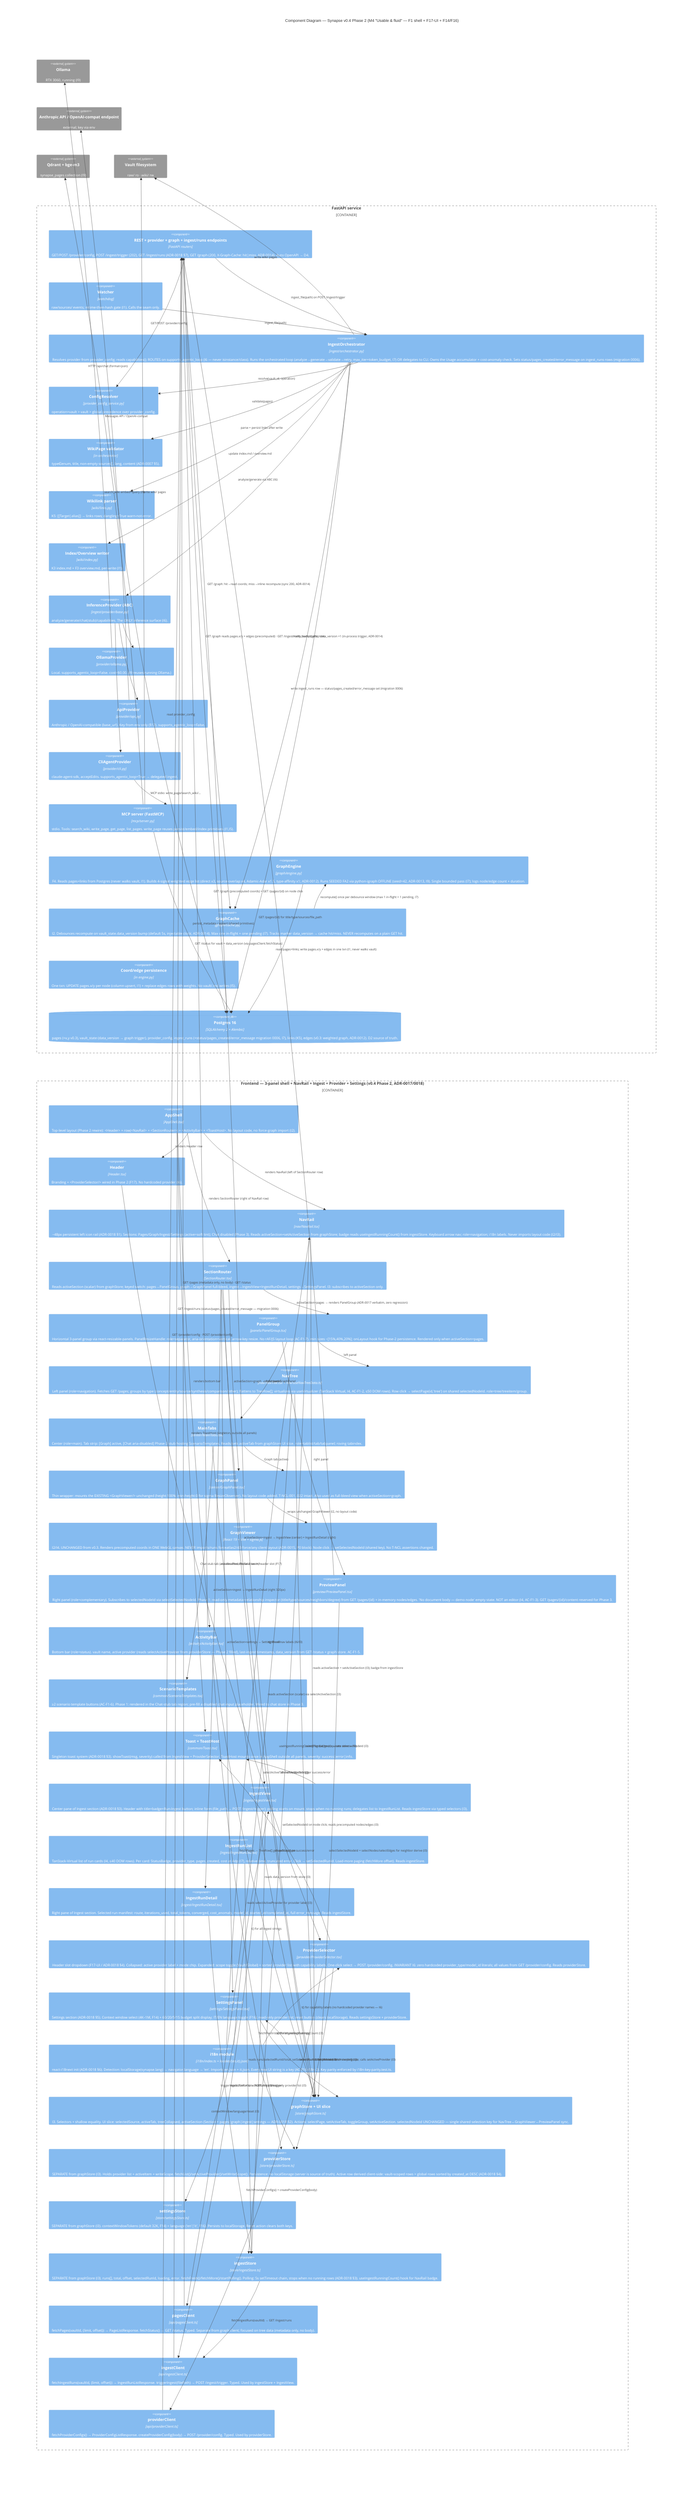
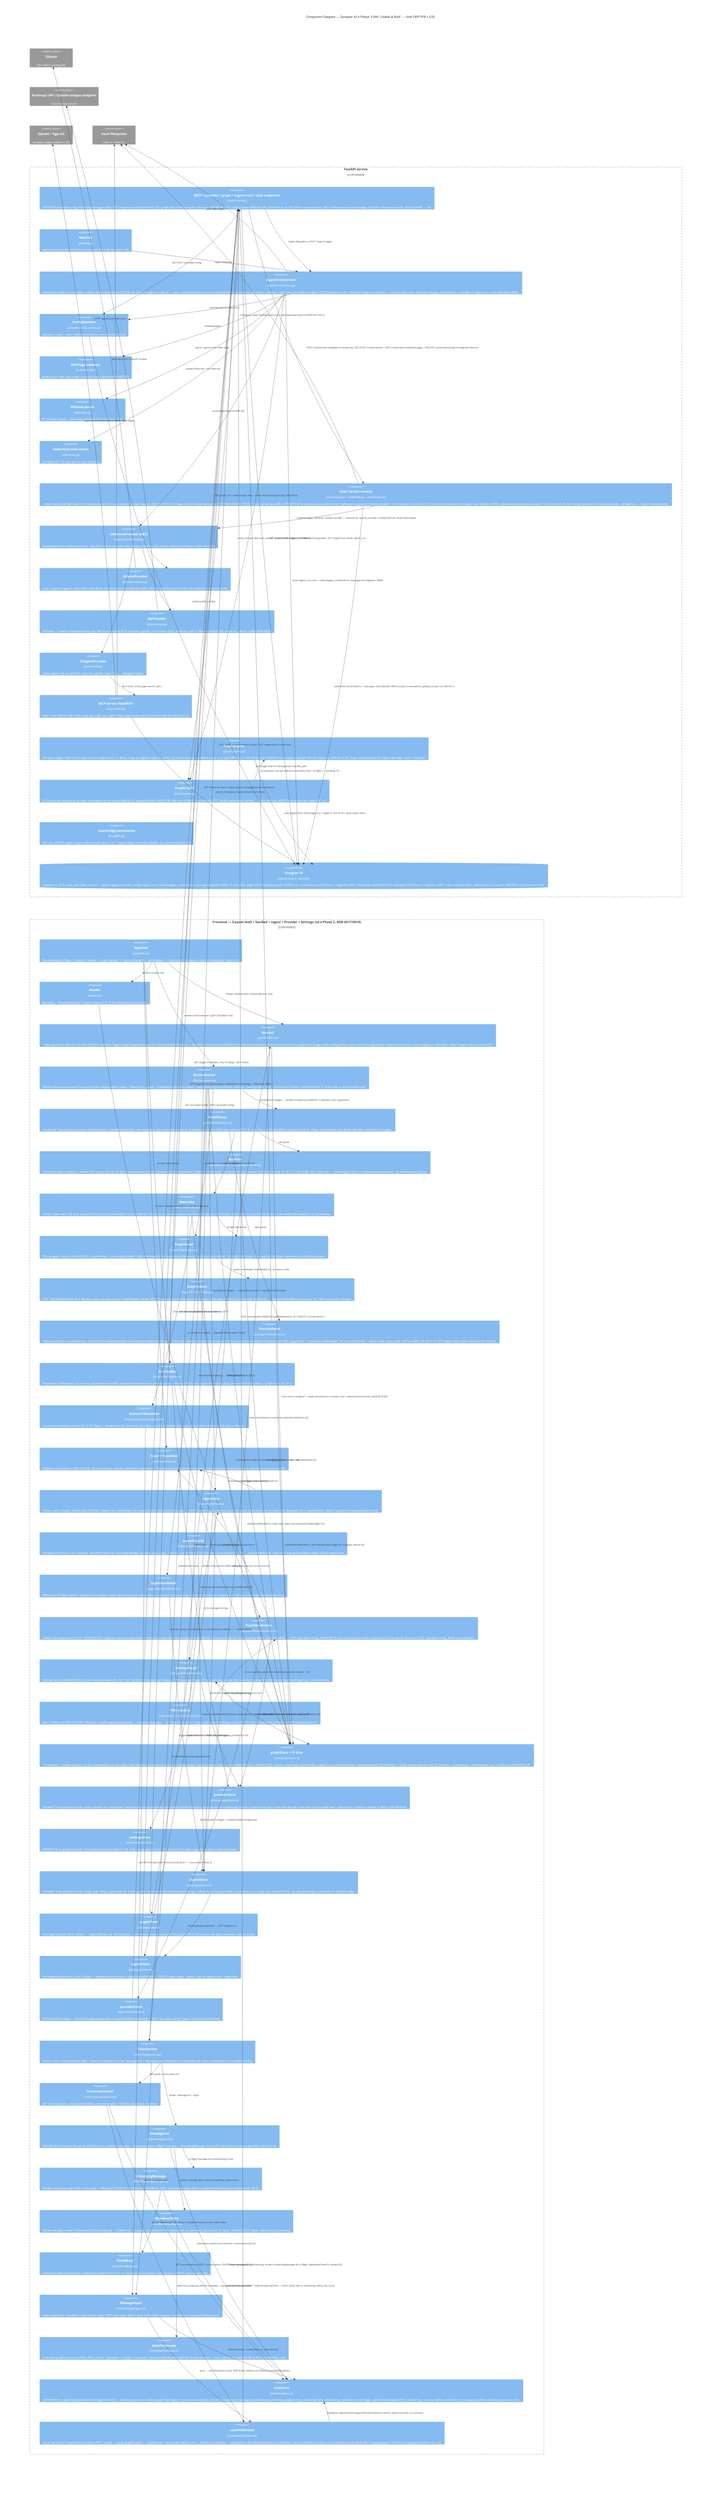
C4Component
-     %% <!-- Generated: v0.4 sprint 4 | 2026-06-28 -->
+     %% <!-- Generated: v0.4 sprint 4 Phase 3 | 2026-06-28 -->
    %% v0.3: F4 graph engine + I2 cache + GET /graph + thin sigma viewer (ADR-0013/14/15/16).
    %% v0.4 Phase 1: F1 three-panel shell (ADR-0017). AppShell wraps all panels; GraphPanel
    %% wraps the UNCHANGED GraphViewer (T-NCL-001..022 intact, I2); NavTree + PreviewPanel
    %% share the single selectedNodeId key via graphStore UI slice (I3); all long lists
    %% virtualized (TanStack Virtual, I4); no client-side layout code added (I2).
    %% v0.4 Phase 2 (ADR-0018): NavRail top-level mode switcher + SectionRouter; IngestView
    %% + IngestRunList + IngestRunDetail (GET /ingest/runs + POST /ingest/trigger);
    %% ProviderSelector (F17-UI); SettingsPanel (F14+F16); Toast; i18n module;
    %% providerStore + settingsStore + ingestStore (separate from graphStore — I3).
    %% Backend: migration 0006 adds status/pages_created/error_message to ingest_runs.
-     title Component Diagram — Synapse v0.4 Phase 2 (M4 "Usable & fluid" — F1 shell + F17-UI + F14/F16)
+     %% v0.4 Phase 3 (ADR-0019): Chat section enabled. Backend: chat/ module (context.py +
+     %% think.py + stream.py); POST /chat/stream (NDJSON StreamingResponse); GET|POST
+     %% /conversations + GET /conversations/{id}/messages + DELETE /conversations/{id};
+     %% Alembic 0007 adds conversations+messages tables (I7 per-message cost cols). OllamaProvider
+     %% and ApiProvider chat() bodies implemented (OllamaProvider is the live dev path).
+     %% CliAgentProvider.chat() remains NotImplementedError (documented, not faked — ADR-0019 §5).
+     %% Frontend: ChatSection (SectionRouter activeSection=chat), ConversationList, MessageList
+     %% (TanStack Virtual ≤30 DOM I4), StreamingMessage (raw pre-wrap NO parser I3),
+     %% MarkdownView (parse-once on done — I3/G3), ThinkBlock (collapsed F7), MessageInput
+     %% (plain textarea I4), latexToUnicode (F8), chatStore (SEPARATE from graphStore — I3),
+     %% useChatStream hook (fetch POST /chat/stream NDJSON ReadableStream). NavRail chat item
+     %% ENABLED; Section type gains "chat"; graphStore.activeSection can now = "chat".
+     title Component Diagram — Synapse v0.4 Phase 3 (M4 "Usable & fluid" — chat F6/F7/F8 + G3)

    Container_Boundary(api, "FastAPI service") {
-         Component(rest, "REST + provider + graph + ingest/runs endpoints", "FastAPI routers", "GET/POST /provider/config, POST /ingest/trigger (202), GET /ingest/runs (ADR-0018 §7), GET /graph (200, X-Graph-Cache: hit|miss, ADR-0014). Auto OpenAPI → D4.")
+         Component(rest, "REST + provider + graph + ingest/runs + chat endpoints", "FastAPI routers", "GET/POST /provider/config, POST /ingest/trigger (202), GET /ingest/runs (ADR-0018 §7), GET /graph (200, X-Graph-Cache: hit|miss, ADR-0014), POST /chat/stream (NDJSON 200, ADR-0019 §2.2), GET|POST /conversations, GET /conversations/{id}/messages, DELETE /conversations/{id}. Auto OpenAPI → D4.")
        Component(watcher, "Watcher", "watchdog", "raw/sources/ events; mtime-then-hash gate (I1). Calls the seam only.")
        Component(orch, "IngestOrchestrator", "ingest/orchestrator.py", "Resolves provider from provider_config; reads capabilities(); ROUTES on supports_agentic_loop (I6 — never isinstance/class). Runs the orchestrated loop (analyze→generate→validate→retry, max_iter+token_budget, I7) OR delegates to CLI. Owns the Usage accumulator + cost-anomaly check. Sets status/pages_created/error_message on ingest_runs rows (migration 0006).")
        Component(resolver, "ConfigResolver", "provider_config_service.py", "operation+vault > vault > global precedence over provider_config.")
        Component(validator, "WikiPage validator", "in orchestrator", "type∈enum, title, non-empty sources[], lang, content (ADR-0007 §5).")
        Component(k5, "Wikilink parser", "wiki/links.py", "K5: [[Target|alias]] → links rows; dangling=True warn-not-error.")
        Component(k3, "Index/Overview writer", "wiki/index.py", "K3 index.md + F3 overview.md, per-write (I1).")
-         Component(prov, "InferenceProvider (ABC)", "ingest/provider/base.py", "analyze/generate/chat(stub)/capabilities. The ONLY inference surface (I6).")
-         Component(ollama, "OllamaProvider", "provider/ollama.py", "Local. supports_agentic_loop=False. cost=$0.00. (I9 reuses running Ollama.)")
-         Component(apip, "ApiProvider", "provider/api.py", "Anthropic / OpenAI-compatible (base_url). Key from env only (§12). supports_agentic_loop=False.")
+         Component(chatmod, "chat/ service module", "chat/context.py + chat/think.py + chat/stream.py", "context.py: builds light system context (purpose.md + overview.md, budget-capped, ADR-0019 §2.3). think.py: 2-state streaming scanner (OUTSIDE/INSIDE_THINK, 7-char partial-tag buffer, ADR-0019 §2.4). stream.py: bounded StreamingResponse generator (token_budget + 60s timeout, cost per-turn I7); writes conversations+messages rows (Alembic 0007); regenerate=delete-last-assistant + re-stream (AC-F6-4). Provider resolved via resolve_provider_config('chat') — never hardcoded (I6).")
+         Component(prov, "InferenceProvider (ABC)", "ingest/provider/base.py", "analyze/generate/chat()/capabilities. The ONLY inference surface (I6). chat() stubbed in v0.2; bodies filled in v0.4 Phase 3 (ADR-0019 §5).")
+         Component(ollama, "OllamaProvider", "provider/ollama.py", "Local. supports_agentic_loop=False. cost=$0.00. (I9 reuses running Ollama.) chat(): streams /api/chat stream=true; dev default path (qwen2.5:3b).")
+         Component(apip, "ApiProvider", "provider/api.py", "Anthropic / OpenAI-compatible (base_url). Key from env only (§12). supports_agentic_loop=False. chat(): Anthropic SSE or OpenAI-compat SSE; usage via _record_usage (ADR-0009).")
        Component(clip, "CliAgentProvider", "provider/cli.py", "claude-agent-sdk, acceptEdits. supports_agentic_loop=True → delegated ingest.")
        Component(mcp, "MCP server (FastMCP)", "mcp/server.py", "stdio. Tools: search_wiki, write_page, get_page, list_pages. write_page reuses persist/embed/index primitives (I1,I5).")
        Component(gengine, "GraphEngine", "graph/engine.py", "F4. Reads pages+links from Postgres (never walks vault, I1). Builds 4-signal weighted edge list (direct x3, source-overlap x4, Adamic-Adar x1.5, type-affinity x1; ADR-0012). Runs SEEDED FA2 via python-igraph OFFLINE (seed=42, ADR-0013, I9). Single bounded pass (I7); logs node/edge count + duration.")
        Component(gcache, "GraphCache", "graph/cache.py", "I2. Debounces recompute on vault_state.data_version bump (default 5s, injectable clock; ADR-0014). Max one in-flight + one pending (I7). Tracks marker data_version → cache hit/miss. NEVER recomputes on a plain GET hit.")
        Component(gpersist, "Coord/edge persistence", "in engine.py", "One txn: UPDATE pages.x/y per node (column upsert, I1) + replace edges rows with weights. No vault/.md writes (I5).")
-         ComponentDb(pg, "Postgres 16", "SQLAlchemy 2 + Alembic", "pages (+x,y v0.3), vault_state (data_version → graph trigger), provider_config, ingest_runs (+status/pages_created/error_message migration 0006, I7), links (K5), edges (v0.3: weighted graph, ADR-0012). D2 source of truth.")
+         ComponentDb(pg, "Postgres 16", "SQLAlchemy 2 + Alembic", "pages (+x,y v0.3), vault_state (data_version → graph trigger), provider_config, ingest_runs (+status/pages_created/error_message migration 0006, I7), links (K5), edges (v0.3: weighted graph, ADR-0012), conversations (v0.4 Phase 3, migration 0007, soft-delete, ADR-0019 §2.5), messages (v0.4 Phase 3, migration 0007, input_tokens/output_tokens/total_cost_usd I7, ADR-0019). D2 source of truth.")
    }

    Container_Boundary(fe, "Frontend — 3-panel shell + NavRail + Ingest + Provider + Settings (v0.4 Phase 2, ADR-0017/0018)") {
        Component(appshell, "AppShell", "AppShell.tsx", "Top-level layout (Phase 2 rewire): <Header> + row(<NavRail> + <SectionRouter>) + <ActivityBar> + <ToastHost>. No layout code, no force-graph import (I2).")
        Component(header, "Header", "Header.tsx", "Branding + <ProviderSelector/> wired in Phase 2 (F17). No hardcoded provider (I6).")
-         Component(navrail, "NavRail", "nav/NavRail.tsx", "~48px persistent left icon rail (ADR-0018 §1). Sections: Pages/Graph/Ingest/Settings (active=soft tint); Chat disabled (Phase 3). Reads activeSection+setActiveSection from graphStore; badge reads useIngestRunningCount() from ingestStore. Keyboard arrow nav; role=navigation; i18n labels. Never imports layout code (I2/I3).")
-         Component(sectionrouter, "SectionRouter", "SectionRouter.tsx", "Reads activeSection (scalar) from graphStore; keyed switch: pages→PanelGroup, graph→GraphPanel full-bleed, ingest→IngestView+IngestRunDetail, settings→SettingsPanel. I3: subscribes to activeSection only.")
+         Component(navrail, "NavRail", "nav/NavRail.tsx", "~48px persistent left icon rail (ADR-0018 §1). Sections: Pages/Graph/Ingest/Settings/Chat (Chat ENABLED Phase 3 — disabled: true removed, ADR-0019 §3). Reads activeSection+setActiveSection from graphStore; badge reads useIngestRunningCount() from ingestStore. Keyboard arrow nav; role=navigation; i18n labels. Never imports layout code (I2/I3).")
+         Component(sectionrouter, "SectionRouter", "SectionRouter.tsx", "Reads activeSection (scalar) from graphStore; keyed switch: pages→PanelGroup, graph→GraphPanel full-bleed, ingest→IngestView+IngestRunDetail, settings→SettingsPanel, chat→ChatSection (Phase 3, ADR-0019 §3). I3: subscribes to activeSection only.")
        Component(panelgroup, "PanelGroup", "panels/PanelGroup.tsx", "Horizontal 3-panel group via react-resizable-panels. PanelResizeHandle: role=separator, aria-orientation=vertical, arrow-key resize. No rAF/JS layout loop (AC-F1-7). min sizes ~[15%,40%,20%]; onLayout hook for Phase-2 persistence. Rendered only when activeSection=pages.")
        Component(navtree, "NavTree", "nav/NavTree.tsx + nav/useNavTreeData.ts", "Left panel (role=navigation). Fetches GET /pages; groups by type (concept/entity/source/synthesis/comparison/other); flattens to TreeRow[]; virtualizes via useVirtualizer (TanStack Virtual, I4, AC-F1-2, ≤50 DOM rows). Row click → selectPage(id,'tree') on shared selectedNodeId. role=tree/treeitem/group.")
-         Component(maintabs, "MainTabs", "center/MainTabs.tsx", "Center (role=main). Tab strip: [Graph] active, [Chat aria-disabled] Phase-3 stub hosting ScenarioTemplates. Reads/sets activeTab from graphStore UI slice. role=tablist/tab/tabpanel; roving tabindex.")
+         Component(maintabs, "MainTabs", "center/MainTabs.tsx", "Center (role=main). Tab strip: [Graph] active, [Chat] now enabled via SectionRouter (Phase 3). ScenarioTemplates pre-fills MessageInput. Reads/sets activeTab from graphStore UI slice. role=tablist/tab/tabpanel; roving tabindex.")
        Component(graphpanel, "GraphPanel", "center/GraphPanel.tsx", "Thin wrapper: mounts the EXISTING <GraphViewer/> unchanged (height:100%; min-height:0 for sigma ResizeObserver). No layout code added. T-NCL-001..022 intact. Also used as full-bleed view when activeSection=graph.")
        Component(viewer, "GraphViewer", "React 19 + Vite + sigma.js", "I2/I4. UNCHANGED from v0.3. Renders precomputed coords in ONE WebGL canvas. NEVER imports/runs forceatlas2/d3-force/any client layout (ADR-0015, P0 block). Node click → setSelectedNodeId (shared key). No T-NCL assertions changed.")
        Component(previewpanel, "PreviewPanel", "preview/PreviewPanel.tsx", "Right panel (role=complementary). Subscribes to selectedNodeId via selectSelectedNodeId. Phase 1: read-only metadata+relationship inspector (title/type/sources/neighbors/degree) from GET /pages/{id} + in-memory nodes/edges. 'No document body — demo node' empty state. NOT an editor (I4, AC-F1-3). GET /pages/{id}/content reserved for Phase 3.")
        Component(activitybar, "ActivityBar", "activity/ActivityBar.tsx", "Bottom bar (role=status). vault name, active provider (reads selectActiveProvider from providerStore — Phase 2 filled), last-ingest timestamp, data_version from GET /status + graph store. AC-F1-5.")
        Component(scenariotemplates, "ScenarioTemplates", "common/ScenarioTemplates.tsx", "≥2 scenario template buttons (AC-F1-6). Phase 1: rendered in the Chat-stub tab region; pre-fill a disabled chat-input placeholder. Wired to chat store in Phase 3.")
        Component(toast, "Toast + ToastHost", "common/Toast.tsx", "Singleton toast system (ADR-0018 §3). showToast(msg, severity) called from IngestView + ProviderSelector. ToastHost mounts once in AppShell outside all panels. severity: success|error|info.")
        Component(ingestview, "IngestView", "ingest/IngestView.tsx", "Center pane of Ingest section (ADR-0018 §3). Header with title+badge+Run-Ingest button; inline form (file_path → POST /ingest/trigger); polling starts on mount, stops when no running runs; delegates list to IngestRunList. Reads ingestStore via typed selectors (I3).")
        Component(ingestrunlist, "IngestRunList", "ingest/IngestRunList.tsx", "TanStack-Virtual list of run cards (I4, ≤40 DOM rows). Per card: StatusBadge, provider_type, pages_created, cost at 4dp (I7), relative time, truncated error. Click → setSelectedRunId. Load-more paging (fetchMore offset). Reads ingestStore.")
        Component(ingestrundetail, "IngestRunDetail", "ingest/IngestRunDetail.tsx", "Right pane of Ingest section. Selected run manifest: route, iterations_used, total_tokens, converged, cost_anomaly, model_id, started_at/completed_at, full error_message. Reads ingestStore.")
        Component(providerselector, "ProviderSelector", "provider/ProviderSelector.tsx", "Header slot dropdown (F17-UI / ADR-0018 §4). Collapsed: active provider label + mode chip. Expanded: scope toggle (Vault/Global) + sorted provider list with capability labels. One-click select → POST /provider/config. INVARIANT I6: zero hardcoded provider_type/model_id literals; all values from GET /provider/config. Reads providerStore.")
        Component(settingspanel, "SettingsPanel", "settings/SettingsPanel.tsx", "Settings section (ADR-0018 §5). Context window select (4K–1M, F14) + 60/20/5/15 budget split display; IT/EN language toggle (F16); read-only provider list; reset button (clears localStorage). Reads settingsStore + providerStore.")
        Component(i18nmod, "i18n module", "i18n/index.ts + locales/{en,it}.json", "react-i18next init (ADR-0018 §6). Detection: localStorage(synapse.lang) → navigator.language → 'en'. Imports en.json + it.json. Every new UI string is a key (AC-F16-i18n-2). Key parity enforced by i18n-key-parity.test.ts.")
-         Component(gstore, "graphStore + UI slice", "store/graphStore.ts", "I3. Selectors + shallow equality. UI slice: selectedSource, activeTab, treeCollapsed, activeSection (Section = pages|graph|ingest|settings — ADR-0018 §2). Actions: selectPage, setActiveTab, toggleGroup, setActiveSection. selectedNodeId UNCHANGED — single shared selection key for NavTree↔GraphViewer↔PreviewPanel sync.")
+         Component(gstore, "graphStore + UI slice", "store/graphStore.ts", "I3. Selectors + shallow equality. UI slice: selectedSource, activeTab, treeCollapsed, activeSection (Section = pages|graph|ingest|settings|chat — 'chat' added Phase 3, ADR-0019 §3). Actions: selectPage, setActiveTab, toggleGroup, setActiveSection. selectedNodeId UNCHANGED — single shared selection key for NavTree↔GraphViewer↔PreviewPanel sync. chatStore is SEPARATE (I3).")
        Component(providerstore, "providerStore", "store/providerStore.ts", "SEPARATE from graphStore (I3). Holds provider list + activeItem + writeScope. fetchList()/setActiveProvider()/setWriteScope(). Persistence: no localStorage (server is source of truth). Active row derived client-side: vault-scoped rows > global rows sorted by created_at DESC (ADR-0018 §4).")
        Component(settingsstore, "settingsStore", "store/settingsStore.ts", "SEPARATE from graphStore (I3). contextWindowTokens (default 32K, F14) + language ('en'|'it', F16). Persists to localStorage. Reset action clears both keys.")
        Component(ingeststore, "ingestStore", "store/ingestStore.ts", "SEPARATE from graphStore (I3). runs[], total, offset, selectedRunId, loading, error. fetchFresh()/fetchMore()/startPolling(). Polling: 5s setTimeout chain, stops when no running rows (ADR-0018 §3). useIngestRunningCount() hook for NavRail badge.")
        Component(pagesclient, "pagesClient", "api/pagesClient.ts", "fetchPages(vaultId, {limit, offset}) → PageListResponse. fetchStatus() → GET /status. Typed. Separate from graph client; focused on tree data (metadata only, no body).")
        Component(ingestclient, "ingestClient", "api/ingestClient.ts", "fetchIngestRuns(vaultId, {limit, offset}) → IngestRunListResponse. triggerIngest(filePath) → POST /ingest/trigger. Typed. Used by ingestStore + IngestView.")
        Component(providerclient, "providerClient", "api/providerClient.ts", "fetchProviderConfigs() → ProviderConfigListResponse. createProviderConfig(body) → POST /provider/config. Typed. Used by providerStore.")
+ 
+         %% v0.4 Phase 3 — F6/F7/F8 chat components (ADR-0019)
+         Component(chatsection, "ChatSection", "chat/ChatSection.tsx", "Section root: ConversationList (left) + active conversation (center: MessageList + MessageInput). Rendered by SectionRouter when activeSection=chat (ADR-0019 §3).")
+         Component(convlist, "ConversationList", "chat/ConversationList.tsx", "GET /conversations; create/switch/delete; virtualized when >50 items (I4). Reads chatStore.")
+         Component(msglist, "MessageList", "chat/MessageList.tsx", "VIRTUALIZED (TanStack Virtual, I4 ≤30 DOM rows). Settled messages → MarkdownView; in-flight message → StreamingMessage. Does NOT subscribe to streamingContent (I3/AC-G3-4).")
+         Component(streamingmsg, "StreamingMessage", "chat/StreamingMessage.tsx", "Renders raw streaming buffer in pre-wrap — NO parser (I3/AC-G3-1). Hosts live ThinkBlock. ONLY component subscribed to streamingContent/streamingThink (AC-G3-4).")
+         Component(markdownview, "MarkdownView", "chat/MarkdownView.tsx", "Settled-message render: marked(latexToUnicode(raw)) → DOMPurify → dangerouslySetInnerHTML. Memoized on raw string (parse-once on done, I3/G3/AC-G3-2). Never called during streaming.")
+         Component(thinkblock, "ThinkBlock", "chat/ThinkBlock.tsx", "Collapsible Reasoning section, collapsed by default (F7/AC-F7-1). Closed when first token event arrives (</think> seen server-side).")
+         Component(msginput, "MessageInput", "chat/MessageInput.tsx", "Plain textarea (I4: CodeMirror reserved for editor, NOT chat input). Enter=send, Shift+Enter=newline. Pre-fillable by ScenarioTemplates (F1).")
+         Component(latex, "latexToUnicode", "chat/latexToUnicode.ts", "Pure lookup-table converter (F8/AC-F8-2): Greek + operators + arrows + sub/super. Unconvertible/display math left as fenced code — never silently dropped (AC-F8-3). No KaTeX/MathJax dep.")
+         Component(chatstore, "chatStore", "store/chatStore.ts", "SEPARATE from graphStore/providerStore/ingestStore (I3 — streaming never re-renders graph/tree/ingest). Holds conversations[], activeConversationId, messages[], streamingContent (raw append-only), streamingThink, isStreaming, streamError, lastUsage. appendToken/appendThink do leaf set; on done: buffer committed to messages[], buffers cleared, parse-once fires.")
+         Component(chatclient, "useChatStream", "chat/useChatStream.ts", "Hook: fetch POST /chat/stream {method:'POST', body} → res.body.getReader() → TextDecoder + line-buffer splits on \\n → JSON.parse each line → dispatches token/think/done/error to chatStore. AbortController cancels on unmount/new-send. Reads GET /conversations + DELETE /conversations/{id} for list ops.")
    }

    System_Ext(ollamasvc, "Ollama", "RTX 3060, running (I9)")
    System_Ext(anthropic, "Anthropic API / OpenAI-compat endpoint", "external; key via env")
    System_Ext(qdrant, "Qdrant + bge-m3", "synapse_pages collection (I9)")
    System_Ext(vaultfs, "Vault filesystem", "raw/ ro · wiki/ rw")

    Rel(watcher, orch, "ingest_file(path)")
    Rel(rest, orch, "ingest_file(path) on POST /ingest/trigger")
    Rel(rest, resolver, "GET/POST /provider/config")
    Rel(orch, resolver, "resolve(vault_id, operation)")
    Rel(resolver, pg, "read provider_config")
    Rel(orch, prov, "analyze/generate via ABC (I6)")
    Rel(orch, validator, "validate(pages)")
    Rel(orch, k5, "parse + persist links after write")
    Rel(orch, k3, "update index.md / overview.md")
    Rel(orch, pg, "write ingest_runs row — status/pages_created/error_message set (migration 0006)")
    Rel(prov, ollama, "")
    Rel(prov, apip, "")
    Rel(prov, clip, "")
    Rel(ollama, ollamasvc, "HTTP /api/chat (format=json)")
    Rel(apip, anthropic, "Messages API / OpenAI-compat")
    Rel(clip, mcp, "MCP stdio: write_page/search_wiki/...")
    Rel(mcp, pg, "persist_metadata / upsert (shared primitives)")
    Rel(mcp, qdrant, "search_wiki embed+query (I9)")
    Rel(orch, vaultfs, "write wiki/ pages")
    Rel(mcp, vaultfs, "write wiki/ pages")

    %% v0.3 F4 graph relations
    Rel(orch, gcache, "notify_bump() after data_version +1 (in-process trigger, ADR-0014)")
    Rel(gcache, gengine, "recompute() once per debounce window (max 1 in-flight + 1 pending, I7)")
    Rel(gengine, pg, "read pages+links; write pages.x/y + edges in one txn (I1, never walks vault)")
    Rel(rest, gcache, "GET /graph: hit→read coords; miss→inline recompute (sync 200, ADR-0014)")
    Rel(rest, pg, "GET /graph reads pages.x/y + edges (precomputed) · GET /ingest/runs reads ingest_runs")
    Rel(viewer, rest, "GET /graph (precomputed coords) + GET /pages/{id} on node click")
    Rel(viewer, gstore, "setSelectedNodeId on node click; reads precomputed nodes/edges (I3)")

    %% v0.4 Phase 1 — F1 shell relations (ADR-0017)
    Rel(appshell, header, "renders Header row")
    Rel(appshell, navrail, "renders NavRail (left of SectionRouter row)")
    Rel(appshell, sectionrouter, "renders SectionRouter (right of NavRail row)")
    Rel(appshell, activitybar, "renders bottom bar")
    Rel(appshell, toast, "renders ToastHost (singleton, outside all panels)")
    Rel(sectionrouter, panelgroup, "activeSection=pages → renders PanelGroup (ADR-0017 verbatim, zero regression)")
    Rel(sectionrouter, graphpanel, "activeSection=graph → full-bleed GraphPanel")
    Rel(sectionrouter, ingestview, "activeSection=ingest → IngestView (center) + IngestRunDetail (right)")
    Rel(sectionrouter, ingestrundetail, "activeSection=ingest → IngestRunDetail (right 320px)")
    Rel(sectionrouter, settingspanel, "activeSection=settings → SettingsPanel")
    Rel(sectionrouter, gstore, "reads activeSection (scalar) via selectActiveSection (I3)")
    Rel(panelgroup, navtree, "left panel")
    Rel(panelgroup, maintabs, "center panel")
    Rel(panelgroup, previewpanel, "right panel")
    Rel(maintabs, graphpanel, "Graph tab (active)")
    Rel(maintabs, scenariotemplates, "Chat stub tab (aria-disabled, Phase-3 seam)")
    Rel(graphpanel, viewer, "wraps unchanged GraphViewer (I2, no layout code)")
    Rel(navtree, pagesclient, "fetchPages → TreeRow[] grouped by type")
    Rel(pagesclient, rest, "GET /pages (metadata only, no body) · GET /status")
    Rel(navtree, gstore, "selectPage(id,'tree') → sets selectedNodeId (I3)")
    Rel(previewpanel, gstore, "selectSelectedNodeId + selectNodes/selectEdges for neighbor derive (I3)")
    Rel(previewpanel, rest, "GET /pages/{id} for title/type/sources/file_path")
    Rel(activitybar, rest, "GET /status for vault + data_version (via pagesClient.fetchStatus)")
    Rel(activitybar, gstore, "reads data_version from store (I3)")
    Rel(activitybar, providerstore, "reads selectActiveProvider for provider label (I3)")
    Rel(maintabs, gstore, "selectActiveTab / setActiveTab (I3)")

    %% v0.4 Phase 2 — ADR-0018 relations
    Rel(navrail, gstore, "reads activeSection + setActiveSection (I3); badge from ingestStore")
    Rel(navrail, ingeststore, "useIngestRunningCount() for badge (separate store — I3)")
    Rel(header, providerselector, "renders ProviderSelector in header slot (F17)")
    Rel(providerselector, providerstore, "reads list/activeItem/writeScope; calls setActiveProvider (I3)")
    Rel(providerselector, providerclient, "fetchProviderConfigs() + createProviderConfig(body)")
    Rel(providerclient, rest, "GET /provider/config · POST /provider/config")
    Rel(providerselector, toast, "showToast() on success/error")
    Rel(ingestview, ingeststore, "fetchFresh/startPolling/selectRunningCount (I3)")
    Rel(ingestview, ingestclient, "triggerIngest(filePath) → POST /ingest/trigger")
    Rel(ingestview, toast, "showToast() on trigger success/error")
    Rel(ingestrunlist, ingeststore, "reads runs/selectedRunId/total; setSelectedRunId; fetchMore (I3)")
    Rel(ingestrundetail, ingeststore, "reads runs + selectedRunId (I3)")
    Rel(ingeststore, ingestclient, "fetchIngestRuns(vaultId) → GET /ingest/runs")
    Rel(ingestclient, rest, "GET /ingest/runs (status/pages_created/error_message — migration 0006)")
    Rel(settingspanel, settingsstore, "contextWindow/language/reset (I3)")
    Rel(settingspanel, providerstore, "read-only provider list (I3)")
    Rel(settingspanel, gstore, "selectVaultId for provider fetch scoping (I3)")
    Rel(i18nmod, navrail, "t() for all nav labels (I6/I3)")
    Rel(i18nmod, ingestview, "t() for all ingest strings")
    Rel(i18nmod, providerselector, "t() for capability labels (no hardcoded provider names — I6)")
    Rel(i18nmod, settingspanel, "t() for all settings strings")

+     %% v0.4 Phase 3 — backend chat relations (ADR-0019)
+     Rel(rest, chatmod, "POST /chat/stream delegates to stream.py; GET|POST /conversations + GET /conversations/{id}/messages + DELETE /conversations/{id} manage persistence")
+     Rel(chatmod, prov, "chat(messages, retrieval_context) via ABC — resolved by resolve_provider_config('chat') (I6, never hardcoded)")
+     Rel(chatmod, pg, "read/write conversations + messages rows (Alembic 0007); bump conversations.updated_at per turn (AC-F6-1)")
+     Rel(chatmod, vaultfs, "context.py reads vault/purpose.md + vault/wiki/overview.md (ADR-0019 §2.3)")
+ 
+     %% v0.4 Phase 3 — frontend chat relations (ADR-0019)
+     Rel(navrail, gstore, "chat section enabled — reads activeSection includes 'chat'; setActiveSection('chat') (ADR-0019 §3)")
+     Rel(sectionrouter, chatsection, "activeSection=chat → renders ChatSection (ADR-0019 §3)")
+     Rel(chatsection, convlist, "left panel: conversation list")
+     Rel(chatsection, msglist, "center: message list + input")
+     Rel(chatsection, msginput, "center: message input")
+     Rel(convlist, chatclient, "GET /conversations, POST /conversations, DELETE /conversations/{id}")
+     Rel(convlist, chatstore, "reads/sets activeConversationId + conversations[] (I3)")
+     Rel(msglist, chatstore, "reads messages[] + isStreaming; renders StreamingMessage for in-flight, MarkdownView for settled (I3)")
+     Rel(msglist, streamingmsg, "in-flight message slot (isStreaming=true)")
+     Rel(msglist, markdownview, "settled message slots (isStreaming=false, parse-once)")
+     Rel(streamingmsg, chatstore, "selectStreamingContent + selectStreamingThink — ONLY subscriber to streaming buffers (AC-G3-4)")
+     Rel(streamingmsg, thinkblock, "passes streamingThink deltas; ThinkBlock closes on first token event")
+     Rel(markdownview, latex, "latexToUnicode(raw) before marked() — parse-once on done (I3/G3)")
+     Rel(msginput, chatclient, "send → useChatStream hook; Shift+Enter newline; pre-filled by ScenarioTemplates")
+     Rel(msginput, chatstore, "setIsStreaming + clearBuffers on new send (I3)")
+     Rel(chatclient, rest, "POST /chat/stream (NDJSON ReadableStream); GET|DELETE /conversations*")
+     Rel(chatclient, chatstore, "dispatches appendToken/appendThink/done/error events; AbortController on unmount")
+     Rel(scenariotemplates, msginput, "pre-fill chat input with scenario prompt (F1 — now active, Phase 3)")
+     Rel(maintabs, chatsection, "Chat tab routes to ChatSection via SectionRouter (Phase 3 — chat enabled)")
+ 
    UpdateLayoutConfig($c4ShapeInRow="3", $c4BoundaryInRow="1")
